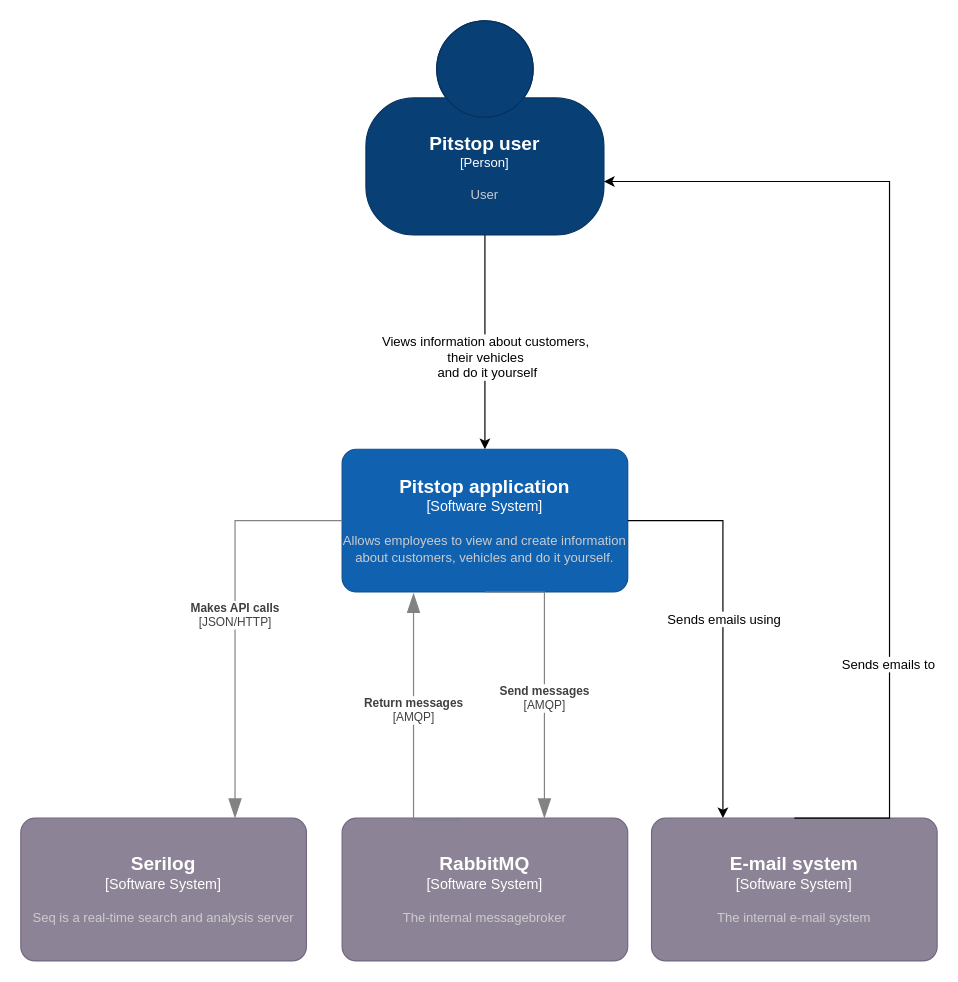
This is page "C4-system_context" (1 of 2) of c4/c4-pitstop.drawio from hanaim-devops/devops-bp-pitstop-uitbreiding-team-knoppert, a draw.io file, before an edit. Source tidied: cells renumbered, new cells numbered last; positions are measured from the earlier drawing's top-left corner, leaving out a move shared by most shapes. Both pictures are drawn from the tidied source at 119%, with x=0, y=0 at pixel (20, 20).
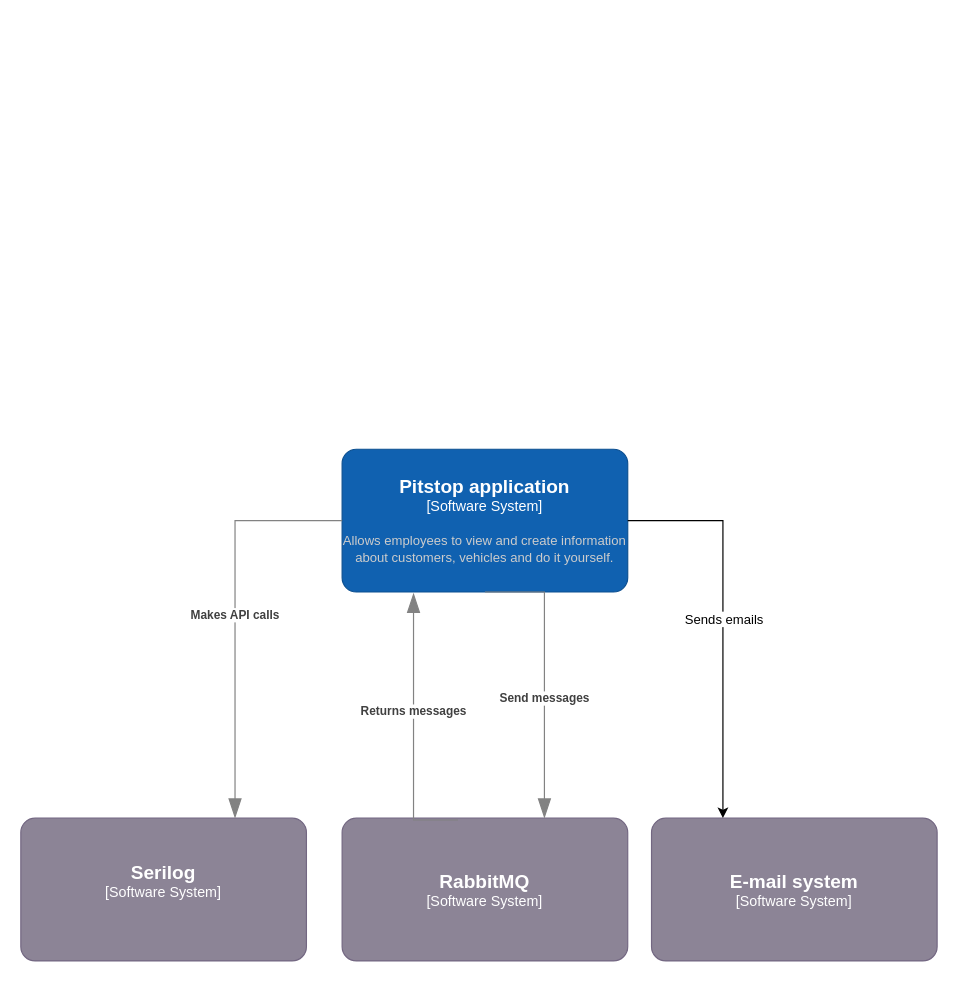
The same diagram, later.

Commit message (it also covers changes not shown here):
redo context diagram

Unchanged cells that the change refers to:
```xml
<object id="6" label="&lt;font style=&quot;font-size: 16px&quot;&gt;&lt;b&gt;%c4Name%&lt;/b&gt;&lt;/font&gt;&lt;div&gt;[%c4Type%]&lt;/div&gt;&lt;br&gt;&lt;div&gt;&lt;font style=&quot;font-size: 11px&quot;&gt;&lt;font color=&quot;#cccccc&quot;&gt;%c4Description%&lt;/font&gt;&lt;/div&gt;" c4Description="Allows employees to view and create  information about customers, vehicles and do it yourself." c4Name="Pitstop application" c4Type="Software System" placeholders="1">
  <mxCell style="rounded=1;whiteSpace=wrap;html=1;labelBackgroundColor=none;fillColor=#1061B0;fontColor=#ffffff;align=center;arcSize=10;strokeColor=#0D5091;points=[[0.25,0,0],[0.5,0,0],[0.75,0,0],[1,0.25,0],[1,0.5,0],[1,0.75,0],[0.75,1,0],[0.5,1,0],[0.25,1,0],[0,0.75,0],[0,0.5,0],[0,0.25,0]];" parent="1" vertex="1">
    <mxGeometry x="270" y="360" width="240" height="120" as="geometry" />
  </mxCell>
</object>
<mxCell id="9" style="edgeStyle=orthogonalEdgeStyle;rounded=0;jettySize=auto;html=1;exitX=1;exitY=0.5;exitDx=0;exitDy=0;exitPerimeter=0;entryX=0.25;entryY=0;entryDx=0;entryDy=0;entryPerimeter=0;" parent="1" edge="1" source="6" target="5">
  <mxGeometry relative="1" as="geometry">
    <Array as="points">
      <mxPoint x="590" y="420" />
    </Array>
  </mxGeometry>
</mxCell>
```

Change to the diagram source:
```diff
@@
-    <mxCell id="2" style="edgeStyle=orthogonalEdgeStyle;rounded=0;jettySize=auto;html=1;exitX=0.5;exitY=1;exitDx=0;exitDy=0;exitPerimeter=0;" parent="1" edge="1" source="4" target="6">
-      <mxGeometry relative="1" as="geometry" />
-    </mxCell>
-    <mxCell id="3" value="Views information about customers,&amp;nbsp;&lt;div&gt;their vehicles&amp;nbsp;&lt;/div&gt;&lt;div&gt;and do it yourself&lt;/div&gt;" style="edgeLabel;html=1;align=center;verticalAlign=middle;" parent="2" vertex="1">
-      <mxGeometry x="0.15" y="1" relative="1" as="geometry">
-        <mxPoint y="-1" as="offset" />
-      </mxGeometry>
-    </mxCell>
-    <object id="4" label="&lt;font style=&quot;font-size: 16px&quot;&gt;&lt;b&gt;%c4Name%&lt;/b&gt;&lt;/font&gt;&lt;div&gt;[%c4Type%]&lt;/div&gt;&lt;br&gt;&lt;div&gt;&lt;font style=&quot;font-size: 11px&quot;&gt;&lt;font color=&quot;#cccccc&quot;&gt;%c4Description%&lt;/font&gt;&lt;/div&gt;" c4Description="User" c4Name="Pitstop user" c4Type="Person" placeholders="1">
-      <mxCell style="html=1;fontSize=11;dashed=0;whiteSpace=wrap;fillColor=#083F75;strokeColor=#06315C;fontColor=#ffffff;shape=mxgraph.c4.person2;align=center;points=[[0.5,0,0],[1,0.5,0],[1,0.75,0],[0.75,1,0],[0.5,1,0],[0.25,1,0],[0,0.75,0],[0,0.5,0]];" parent="1" vertex="1">
-        <mxGeometry x="290" width="200" height="180" as="geometry" />
-      </mxCell>
-    </object>
-    <object id="5" label="&lt;font style=&quot;font-size: 16px&quot;&gt;&lt;b&gt;%c4Name%&lt;/b&gt;&lt;/font&gt;&lt;div&gt;[%c4Type%]&lt;/div&gt;&lt;br&gt;&lt;div&gt;&lt;font style=&quot;font-size: 11px&quot;&gt;&lt;font color=&quot;#cccccc&quot;&gt;%c4Description%&lt;/font&gt;&lt;/div&gt;" c4Description="The internal e-mail system" c4Name="E-mail system" c4Type="Software System" placeholders="1">
+    <object id="5" label="&lt;font style=&quot;font-size: 16px&quot;&gt;&lt;b&gt;%c4Name%&lt;/b&gt;&lt;/font&gt;&lt;div&gt;[%c4Type%]&lt;/div&gt;" c4Name="E-mail system" c4Type="Software System" placeholders="1">
       <mxCell style="rounded=1;whiteSpace=wrap;html=1;labelBackgroundColor=none;fillColor=#8C8496;fontColor=#ffffff;align=center;arcSize=10;strokeColor=#736782;points=[[0.25,0,0],[0.5,0,0],[0.75,0,0],[1,0.25,0],[1,0.5,0],[1,0.75,0],[0.75,1,0],[0.5,1,0],[0.25,1,0],[0,0.75,0],[0,0.5,0],[0,0.25,0]];" parent="1" vertex="1">
         <mxGeometry x="530" y="670" width="240" height="120" as="geometry" />
       </mxCell>
     </object>
@@
-    <mxCell id="7" style="edgeStyle=orthogonalEdgeStyle;rounded=0;jettySize=auto;html=1;exitX=0.5;exitY=0;exitDx=0;exitDy=0;exitPerimeter=0;entryX=1;entryY=0.75;entryDx=0;entryDy=0;entryPerimeter=0;" parent="1" edge="1" source="5" target="4">
-      <mxGeometry relative="1" as="geometry">
-        <Array as="points">
-          <mxPoint x="730" y="670" />
-          <mxPoint x="730" y="135" />
-        </Array>
-      </mxGeometry>
-    </mxCell>
-    <mxCell id="8" value="Sends emails to" style="edgeLabel;html=1;align=center;verticalAlign=middle;" parent="7" vertex="1">
-      <mxGeometry x="-0.51" y="2" relative="1" as="geometry">
-        <mxPoint y="-1" as="offset" />
-      </mxGeometry>
-    </mxCell>
@@
-    <mxCell id="10" value="Sends emails using" style="edgeLabel;html=1;align=center;verticalAlign=middle;" parent="9" vertex="1">
+    <mxCell id="10" value="Sends emails" style="edgeLabel;html=1;align=center;verticalAlign=middle;" parent="9" vertex="1">
       <mxGeometry x="-0.02" y="-1" relative="1" as="geometry">
         <mxPoint x="1" as="offset" />
       </mxGeometry>
     </mxCell>
-    <object id="11" label="&lt;font style=&quot;font-size: 16px&quot;&gt;&lt;b&gt;%c4Name%&lt;/b&gt;&lt;/font&gt;&lt;div&gt;[%c4Type%]&lt;/div&gt;&lt;br&gt;&lt;div&gt;&lt;font style=&quot;font-size: 11px&quot;&gt;&lt;font color=&quot;#cccccc&quot;&gt;%c4Description%&lt;/font&gt;&lt;/div&gt;" c4Description="Seq is a real-time search and analysis server" c4Name="Serilog" c4Type="Software System" placeholders="1">
+    <object id="11" label="&lt;font style=&quot;font-size: 16px&quot;&gt;&lt;b&gt;%c4Name%&lt;/b&gt;&lt;/font&gt;&lt;div&gt;[%c4Type%]&lt;/div&gt;&lt;br&gt;" c4Name="Serilog" c4Type="Software System" placeholders="1">
       <mxCell style="rounded=1;whiteSpace=wrap;html=1;labelBackgroundColor=none;fillColor=#8C8496;fontColor=#ffffff;align=center;arcSize=10;strokeColor=#736782;points=[[0.25,0,0],[0.5,0,0],[0.75,0,0],[1,0.25,0],[1,0.5,0],[1,0.75,0],[0.75,1,0],[0.5,1,0],[0.25,1,0],[0,0.75,0],[0,0.5,0],[0,0.25,0]];" parent="1" vertex="1">
         <mxGeometry y="670" width="240" height="120" as="geometry" />
       </mxCell>
     </object>
-    <object id="12" label="&lt;font style=&quot;font-size: 16px&quot;&gt;&lt;b&gt;%c4Name%&lt;/b&gt;&lt;/font&gt;&lt;div&gt;[%c4Type%]&lt;/div&gt;&lt;br&gt;&lt;div&gt;&lt;font style=&quot;font-size: 11px&quot;&gt;&lt;font color=&quot;#cccccc&quot;&gt;%c4Description%&lt;/font&gt;&lt;/div&gt;" c4Description="The internal messagebroker" c4Name="RabbitMQ" c4Type="Software System" placeholders="1">
+    <object id="12" label="&lt;font style=&quot;font-size: 16px&quot;&gt;&lt;b&gt;%c4Name%&lt;/b&gt;&lt;/font&gt;&lt;div&gt;[%c4Type%]&lt;/div&gt;" c4Name="RabbitMQ" c4Type="Software System" placeholders="1">
       <mxCell style="rounded=1;whiteSpace=wrap;html=1;labelBackgroundColor=none;fillColor=#8C8496;fontColor=#ffffff;align=center;arcSize=10;strokeColor=#736782;" parent="1" vertex="1">
         <mxGeometry x="270" y="670" width="240" height="120" as="geometry" />
       </mxCell>
     </object>
-    <object id="13" label="&lt;div style=&quot;text-align: left&quot;&gt;&lt;div style=&quot;text-align: center&quot;&gt;&lt;b&gt;%c4Description%&lt;/b&gt;&lt;/div&gt;&lt;div style=&quot;text-align: center&quot;&gt;[%c4Technology%]&lt;/div&gt;&lt;/div&gt;" c4Description="Makes API calls" c4Technology="JSON/HTTP" placeholders="1">
+    <object id="13" label="&lt;div style=&quot;text-align: left&quot;&gt;&lt;div style=&quot;text-align: center&quot;&gt;&lt;b&gt;%c4Description%&lt;/b&gt;&lt;/div&gt;&lt;div style=&quot;text-align: center&quot;&gt;&lt;/div&gt;" c4Description="Makes API calls" placeholders="1">
       <mxCell style="endArrow=blockThin;html=1;fontSize=10;fontColor=#404040;strokeWidth=1;endFill=1;strokeColor=#828282;elbow=vertical;endSize=14;startSize=14;jumpStyle=arc;jumpSize=16;rounded=0;edgeStyle=orthogonalEdgeStyle;exitX=0;exitY=0.5;exitDx=0;exitDy=0;exitPerimeter=0;entryX=0.75;entryY=0;entryDx=0;entryDy=0;entryPerimeter=0;" parent="1" edge="1" source="6" target="11">
         <mxGeometry relative="1" as="geometry">
           <Array as="points">
             <mxPoint x="180" y="420" />
           </Array>
           <mxPoint y="-1" as="offset" />
         </mxGeometry>
       </mxCell>
     </object>
-    <object id="14" label="&lt;div style=&quot;text-align: left&quot;&gt;&lt;div style=&quot;text-align: center&quot;&gt;&lt;b&gt;%c4Description%&lt;/b&gt;&lt;/div&gt;&lt;div style=&quot;text-align: center&quot;&gt;[%c4Technology%]&lt;/div&gt;&lt;/div&gt;" c4Description="Send messages" c4Technology="AMQP" placeholders="1">
+    <object id="14" label="&lt;div style=&quot;text-align: left&quot;&gt;&lt;div style=&quot;text-align: center&quot;&gt;&lt;b&gt;%c4Description%&lt;/b&gt;&lt;/div&gt;&lt;/div&gt;" c4Description="Send messages" placeholders="1">
       <mxCell style="endArrow=blockThin;html=1;fontSize=10;fontColor=#404040;strokeWidth=1;endFill=1;strokeColor=#828282;elbow=vertical;endSize=14;startSize=14;jumpStyle=arc;jumpSize=16;rounded=0;edgeStyle=orthogonalEdgeStyle;exitX=0.5;exitY=1;exitDx=0;exitDy=0;exitPerimeter=0;" parent="1" edge="1" source="6">
         <mxGeometry x="0.17" relative="1" as="geometry">
           <mxPoint x="440" y="670" as="targetPoint" />
           <Array as="points">
             <mxPoint x="440" y="480" />
             <mxPoint x="440" y="670" />
           </Array>
           <mxPoint y="-1" as="offset" />
         </mxGeometry>
       </mxCell>
     </object>
-    <object id="15" label="&lt;div style=&quot;text-align: left&quot;&gt;&lt;div style=&quot;text-align: center&quot;&gt;&lt;b&gt;%c4Description%&lt;/b&gt;&lt;/div&gt;&lt;div style=&quot;text-align: center&quot;&gt;[%c4Technology%]&lt;/div&gt;&lt;/div&gt;" c4Description="Return messages" c4Technology="AMQP" placeholders="1">
+    <object id="15" label="&lt;div style=&quot;text-align: left&quot;&gt;&lt;div style=&quot;text-align: center&quot;&gt;&lt;b&gt;%c4Description%&lt;/b&gt;&lt;/div&gt;&lt;/div&gt;" c4Description="Returns messages" placeholders="1">
       <mxCell style="endArrow=blockThin;html=1;fontSize=10;fontColor=#404040;strokeWidth=1;endFill=1;strokeColor=#828282;elbow=vertical;endSize=14;startSize=14;jumpStyle=arc;jumpSize=16;rounded=0;edgeStyle=orthogonalEdgeStyle;exitX=0.406;exitY=-0.003;exitDx=0;exitDy=0;exitPerimeter=0;" parent="1" edge="1">
-        <mxGeometry x="0.14" relative="1" as="geometry">
+        <mxGeometry x="0.13" relative="1" as="geometry">
           <mxPoint x="367.4" y="671.6" as="sourcePoint" />
           <mxPoint x="330" y="481" as="targetPoint" />
           <Array as="points">
             <mxPoint x="330" y="672" />
             <mxPoint x="330" y="481" />
           </Array>
         </mxGeometry>
       </mxCell>
     </object>
```
